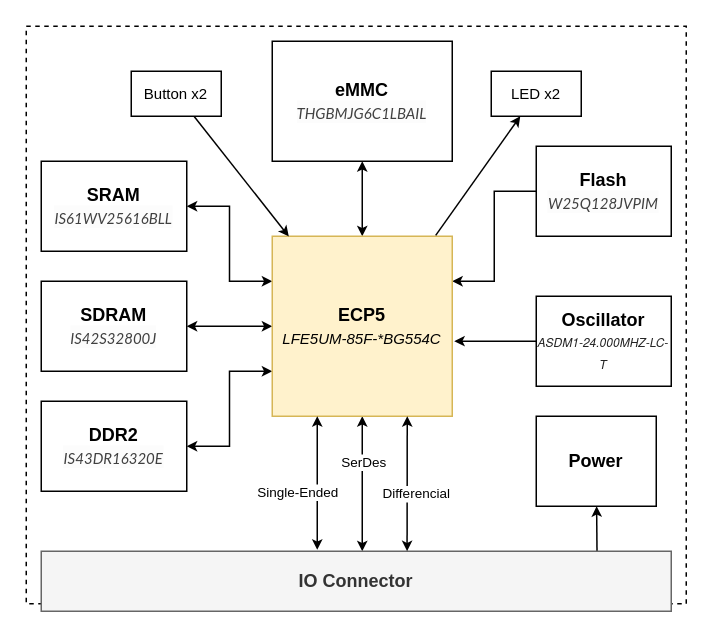
ECAP5/ECAP5-BSOM keeps this draw.io diagram as docs/src/assets/overview.drawio. Above is the earlier version. Source tidied: cells renumbered, new cells numbered last; positions are measured from the earlier drawing's top-left corner, leaving out a move shared by most shapes. Both pictures are drawn from the tidied source at 150%, with x=0, y=0 at pixel (26, 26).
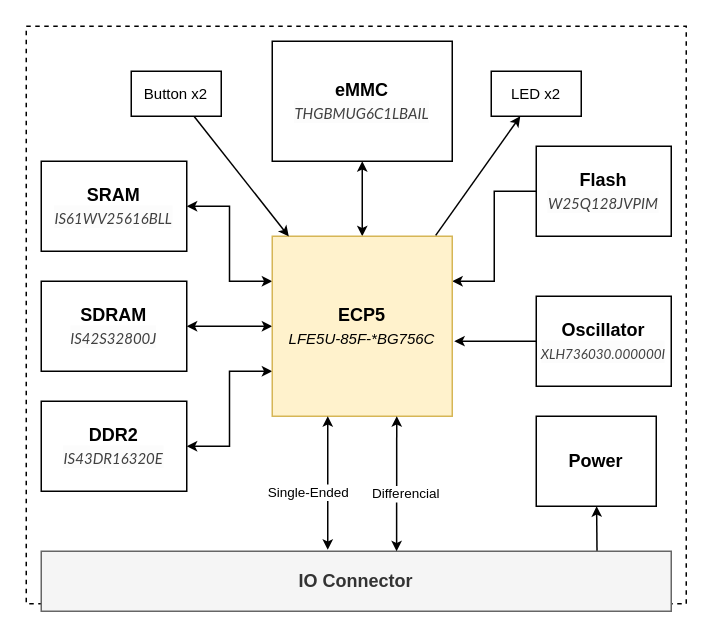
After the change.

The change refers to these unchanged cells:
```xml
<mxCell id="2" style="rounded=0;whiteSpace=wrap;html=1;fillColor=default;dashed=1;" parent="1" vertex="1">
  <mxGeometry width="440" height="385" as="geometry" />
</mxCell>
```

Change to the diagram source:
```diff
@@
-    <mxCell id="8" style="rounded=0;jettySize=auto;html=1;startArrow=classic;startFill=1;endSize=4;startSize=4;" parent="1" edge="1" source="10">
-      <mxGeometry relative="1" as="geometry">
-        <mxPoint x="224" y="350" as="targetPoint" />
-      </mxGeometry>
-    </mxCell>
-    <mxCell id="9" value="SerDes" style="edgeLabel;html=1;align=center;verticalAlign=middle;fontSize=9;fontStyle=0;" parent="8" vertex="1">
-      <mxGeometry x="-0.16" y="-2" relative="1" as="geometry">
-        <mxPoint x="2" y="-8" as="offset" />
-      </mxGeometry>
-    </mxCell>
-    <mxCell id="10" value="&lt;b&gt;ECP5&lt;/b&gt;&lt;div&gt;&lt;font style=&quot;font-size: 10px;&quot;&gt;&lt;i&gt;LFE5UM-85F-*BG554C&lt;/i&gt;&lt;/font&gt;&lt;/div&gt;" style="whiteSpace=wrap;html=1;fillColor=#fff2cc;strokeColor=#d6b656;" parent="1" vertex="1">
+    <mxCell id="10" value="&lt;b&gt;ECP5&lt;/b&gt;&lt;div&gt;&lt;font style=&quot;font-size: 10px;&quot;&gt;&lt;i&gt;LFE5U-85F-*BG756C&lt;/i&gt;&lt;/font&gt;&lt;/div&gt;" style="whiteSpace=wrap;html=1;fillColor=#fff2cc;strokeColor=#d6b656;" parent="1" vertex="1">
       <mxGeometry x="164" y="140" width="120" height="120" as="geometry" />
     </mxCell>
@@
-    <mxCell id="13" value="&lt;b&gt;eMMC&lt;/b&gt;&lt;div style=&quot;&quot;&gt;&lt;span style=&quot;caret-color: rgb(64, 64, 64); color: rgb(64, 64, 64); font-family: Lato, proxima-nova, &amp;quot;Helvetica Neue&amp;quot;, Arial, sans-serif; text-align: start; background-color: rgb(252, 252, 252);&quot;&gt;&lt;i style=&quot;&quot;&gt;&lt;font style=&quot;font-size: 10px;&quot;&gt;THGBMJG6C1LBAIL&lt;/font&gt;&lt;/i&gt;&lt;/span&gt;&lt;b style=&quot;font-size: 10px;&quot;&gt;&lt;br&gt;&lt;/b&gt;&lt;/div&gt;" style="rounded=0;whiteSpace=wrap;html=1;" parent="1" vertex="1">
+    <mxCell id="13" value="&lt;b&gt;eMMC&lt;/b&gt;&lt;div style=&quot;&quot;&gt;&lt;span style=&quot;caret-color: rgb(64, 64, 64); color: rgb(64, 64, 64); font-family: Lato, proxima-nova, &amp;quot;Helvetica Neue&amp;quot;, Arial, sans-serif; text-align: start; background-color: rgb(252, 252, 252);&quot;&gt;&lt;i style=&quot;&quot;&gt;&lt;font style=&quot;font-size: 10px;&quot;&gt;THGBMUG6C1LBAIL&lt;/font&gt;&lt;/i&gt;&lt;/span&gt;&lt;b style=&quot;font-size: 10px;&quot;&gt;&lt;br&gt;&lt;/b&gt;&lt;/div&gt;" style="rounded=0;whiteSpace=wrap;html=1;" parent="1" vertex="1">
       <mxGeometry x="164" y="10" width="120" height="80" as="geometry" />
     </mxCell>
@@
-    <mxCell id="18" style="rounded=0;jettySize=auto;html=1;exitX=0.75;exitY=1;exitDx=0;exitDy=0;entryX=0.577;entryY=0.909;entryDx=0;entryDy=0;entryPerimeter=0;startArrow=classic;startFill=1;endSize=4;startSize=4;" parent="1" edge="1" source="10" target="2">
-      <mxGeometry relative="1" as="geometry" />
+    <mxCell id="18" style="rounded=0;orthogonalLoop=1;jettySize=auto;html=1;exitX=0.75;exitY=1;exitDx=0;exitDy=0;entryX=0.577;entryY=0.909;entryDx=0;entryDy=0;entryPerimeter=0;startArrow=classic;startFill=1;endSize=4;startSize=4;" parent="1" edge="1">
+      <mxGeometry relative="1" as="geometry">
+        <mxPoint x="247" y="260" as="sourcePoint" />
+        <mxPoint x="246.9" y="350" as="targetPoint" />
+      </mxGeometry>
     </mxCell>
@@
-    <mxCell id="21" style="rounded=0;jettySize=auto;html=1;exitX=0.25;exitY=1;exitDx=0;exitDy=0;startArrow=classic;startFill=1;endSize=4;startSize=4;" parent="1" edge="1" source="10">
+    <mxCell id="21" style="rounded=0;orthogonalLoop=1;jettySize=auto;html=1;exitX=0.25;exitY=1;exitDx=0;exitDy=0;startArrow=classic;startFill=1;endSize=4;startSize=4;" parent="1" edge="1">
       <mxGeometry relative="1" as="geometry">
-        <mxPoint x="194" y="349" as="targetPoint" />
+        <mxPoint x="201" y="260" as="sourcePoint" />
+        <mxPoint x="201" y="349" as="targetPoint" />
       </mxGeometry>
     </mxCell>
@@
-    <mxCell id="27" value="&lt;b&gt;Oscillator&lt;/b&gt;&lt;div&gt;&lt;i style=&quot;font-size: 8px; background-color: rgb(255, 255, 255); color: rgb(34, 34, 34); font-family: &amp;quot;Helvetica Neue&amp;quot;, Helvetica, &amp;quot;PingFang SC&amp;quot;, &amp;quot;Hiragino Sans GB&amp;quot;, &amp;quot;Microsoft YaHei&amp;quot;, 微软雅黑, Arial, sans-serif; text-align: start; caret-color: rgb(34, 34, 34);&quot;&gt;ASDM1-24.000MHZ-LC-T&lt;/i&gt;&lt;br&gt;&lt;/div&gt;" style="rounded=0;whiteSpace=wrap;html=1;" parent="1" vertex="1">
+    <mxCell id="27" value="&lt;b&gt;Oscillator&lt;/b&gt;&lt;div&gt;&lt;span style=&quot;caret-color: rgb(64, 64, 64); color: rgb(64, 64, 64); font-family: Lato, proxima-nova, &amp;quot;Helvetica Neue&amp;quot;, Arial, sans-serif; text-align: start; background-color: rgb(252, 252, 252);&quot;&gt;&lt;font size=&quot;1&quot; style=&quot;&quot;&gt;&lt;i style=&quot;font-size: 9px;&quot;&gt;XLH736030.000000I&lt;/i&gt;&lt;/font&gt;&lt;/span&gt;&lt;br&gt;&lt;/div&gt;" style="rounded=0;whiteSpace=wrap;html=1;" parent="1" vertex="1">
       <mxGeometry x="340" y="180" width="90" height="60" as="geometry" />
     </mxCell>
```
